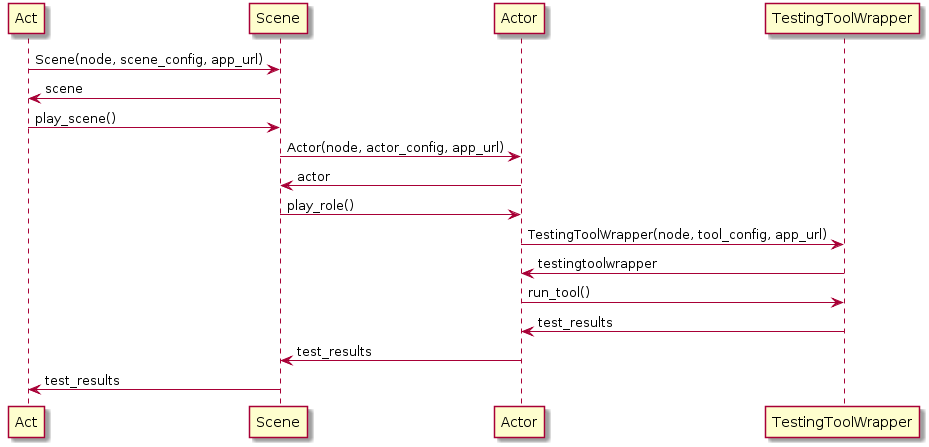
Above: docs/scene_flow.png in reef-technologies/reefperf (PlantUML), before the change. Source of this version:
```plantuml
@startuml
Act -> Scene: Scene(node, scene_config, app_url)
Act <- Scene: scene
Act -> Scene: play_scene()
Scene -> Actor: Actor(node, actor_config, app_url)
Scene <- Actor: actor
Scene -> Actor: play_role()
Actor -> TestingToolWrapper: TestingToolWrapper(node, tool_config, app_url)
Actor <- TestingToolWrapper: testingtoolwrapper
Actor -> TestingToolWrapper: run_tool()
Actor <- TestingToolWrapper: test_results
Scene <- Actor: test_results
Act <- Scene: test_results
@enduml
```
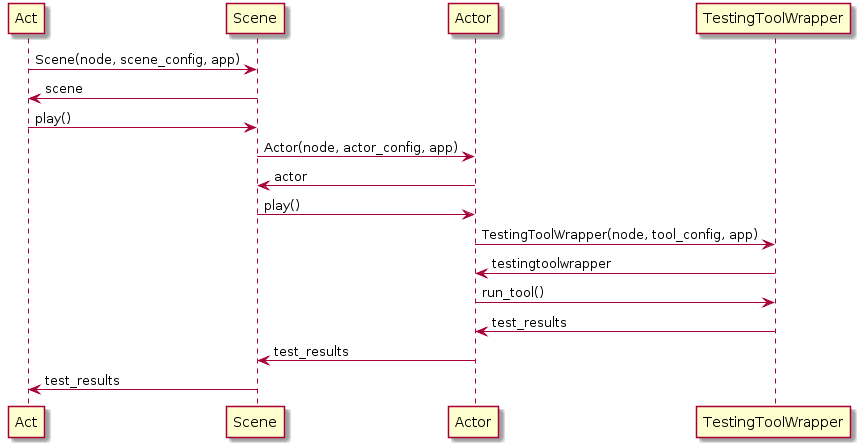
The same file after the commit.

Commit message:
Replaced in flow docs app_url by app object; Small renames

What changed in the source:
```diff
@@ -1,11 +1,11 @@
 @startuml
-Act -> Scene: Scene(node, scene_config, app_url)
+Act -> Scene: Scene(node, scene_config, app)
 Act <- Scene: scene
-Act -> Scene: play_scene()
-Scene -> Actor: Actor(node, actor_config, app_url)
+Act -> Scene: play()
+Scene -> Actor: Actor(node, actor_config, app)
 Scene <- Actor: actor
-Scene -> Actor: play_role()
-Actor -> TestingToolWrapper: TestingToolWrapper(node, tool_config, app_url)
+Scene -> Actor: play()
+Actor -> TestingToolWrapper: TestingToolWrapper(node, tool_config, app)
 Actor <- TestingToolWrapper: testingtoolwrapper
 Actor -> TestingToolWrapper: run_tool()
 Actor <- TestingToolWrapper: test_results
```
